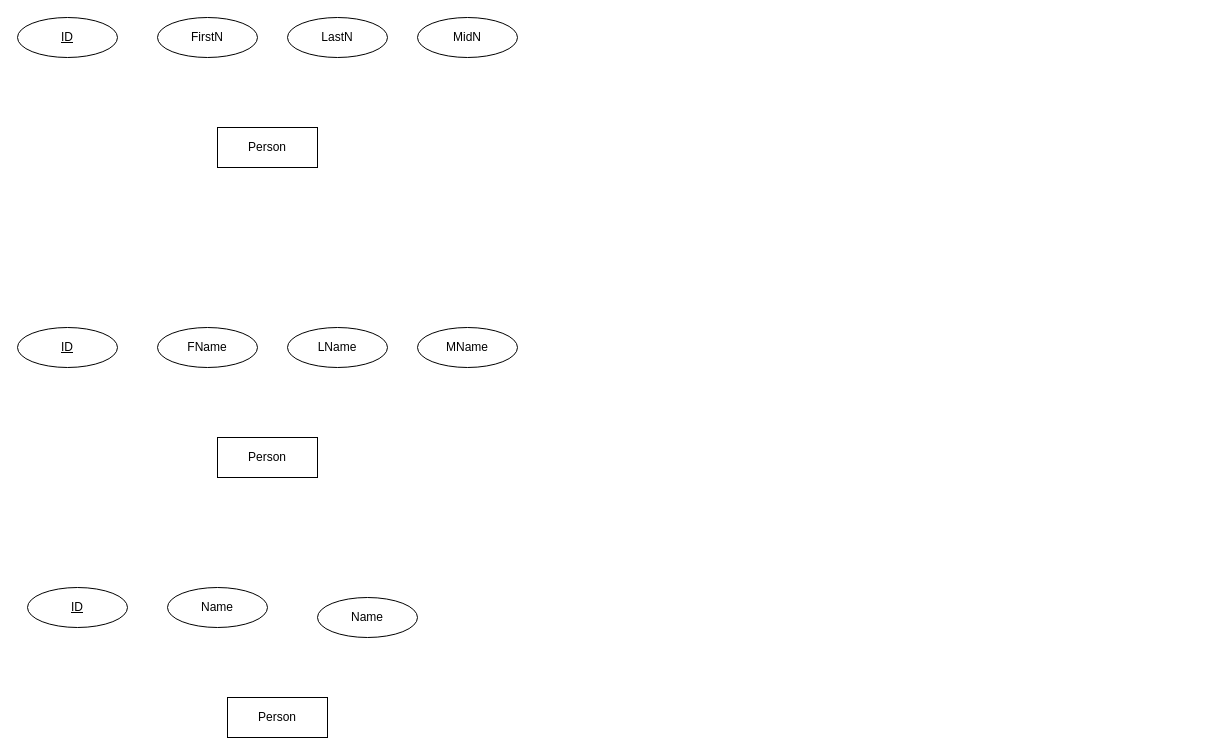
This is Schemas.drawio from DBTheory-Fall2025/DBTheory-Project, a draw.io file, before an edit. Source tidied: cells renumbered, new cells numbered last; positions are measured from the earlier drawing's top-left corner, leaving out a move shared by most shapes. Both pictures are drawn from the tidied source at 100%, with x=0, y=0 at pixel (17, 17).
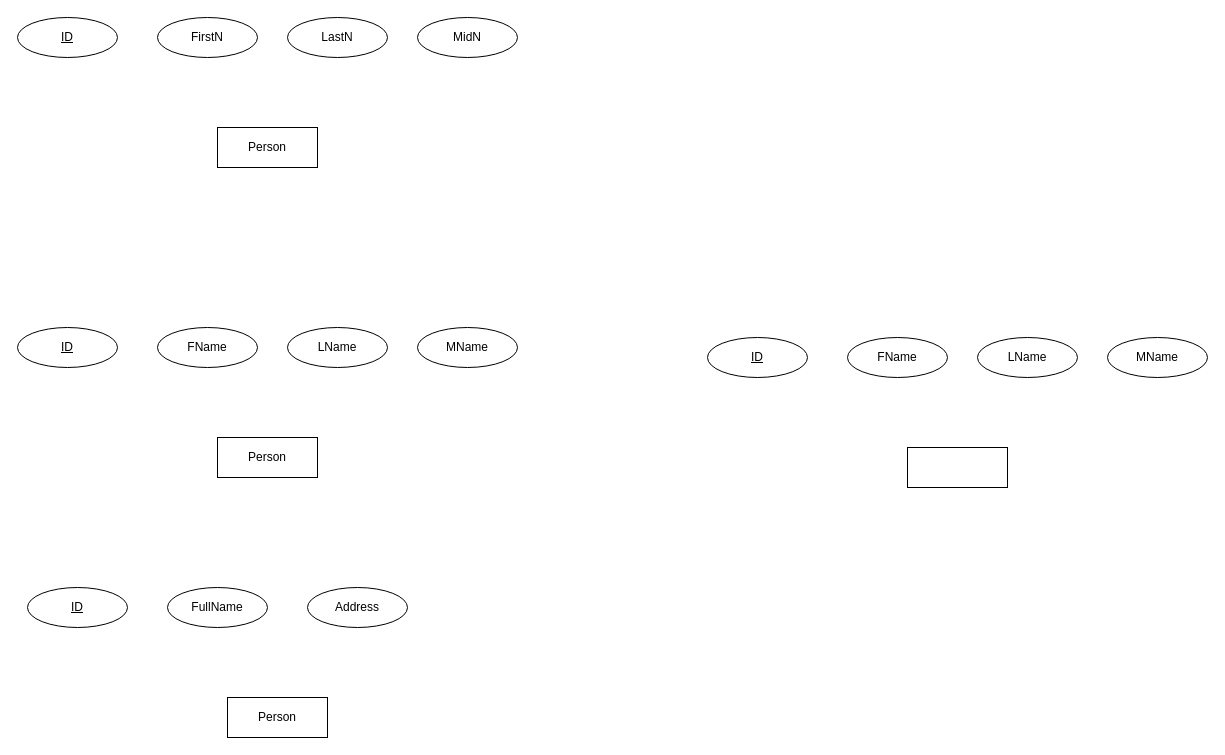
Above is the later version.

The edit, as a diff of the source:
```diff
@@
-    <mxCell id="12" value="Name" style="ellipse;whiteSpace=wrap;html=1;align=center;" parent="1" vertex="1">
+    <mxCell id="12" value="FullName" style="ellipse;whiteSpace=wrap;html=1;align=center;" parent="1" vertex="1">
       <mxGeometry x="150" y="570" width="100" height="40" as="geometry" />
     </mxCell>
@@
-    <mxCell id="15" value="Name" style="ellipse;whiteSpace=wrap;html=1;align=center;" parent="1" vertex="1">
-      <mxGeometry x="300" y="580" width="100" height="40" as="geometry" />
+    <mxCell id="15" value="Address" style="ellipse;whiteSpace=wrap;html=1;align=center;" parent="1" vertex="1">
+      <mxGeometry x="290" y="570" width="100" height="40" as="geometry" />
     </mxCell>
+    <mxCell id="16" value="ID" style="ellipse;whiteSpace=wrap;html=1;align=center;fontStyle=4;" parent="1" vertex="1">
+      <mxGeometry x="690" y="320" width="100" height="40" as="geometry" />
+    </mxCell>
+    <mxCell id="17" value="FName" style="ellipse;whiteSpace=wrap;html=1;align=center;" parent="1" vertex="1">
+      <mxGeometry x="830" y="320" width="100" height="40" as="geometry" />
+    </mxCell>
+    <mxCell id="18" value="LName" style="ellipse;whiteSpace=wrap;html=1;align=center;" parent="1" vertex="1">
+      <mxGeometry x="960" y="320" width="100" height="40" as="geometry" />
+    </mxCell>
+    <mxCell id="19" value="MName" style="ellipse;whiteSpace=wrap;html=1;align=center;" parent="1" vertex="1">
+      <mxGeometry x="1090" y="320" width="100" height="40" as="geometry" />
+    </mxCell>
+    <mxCell id="20" style="whiteSpace=wrap;html=1;align=center;" parent="1" vertex="1">
+      <mxGeometry x="890" y="430" width="100" height="40" as="geometry" />
+    </mxCell>
```
